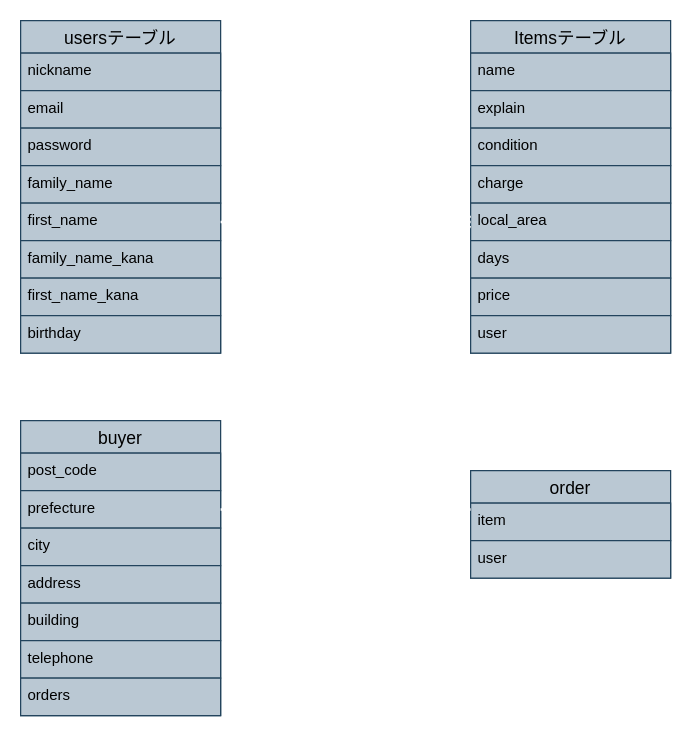
Earlier version of the draw.io diagram furima.dio (sorasora313/furima-37870). Source tidied: cells renumbered, new cells numbered last; positions are measured from the earlier drawing's top-left corner, leaving out a move shared by most shapes. Both pictures are drawn from the tidied source at 125%, with x=0, y=0 at pixel (20, 20).
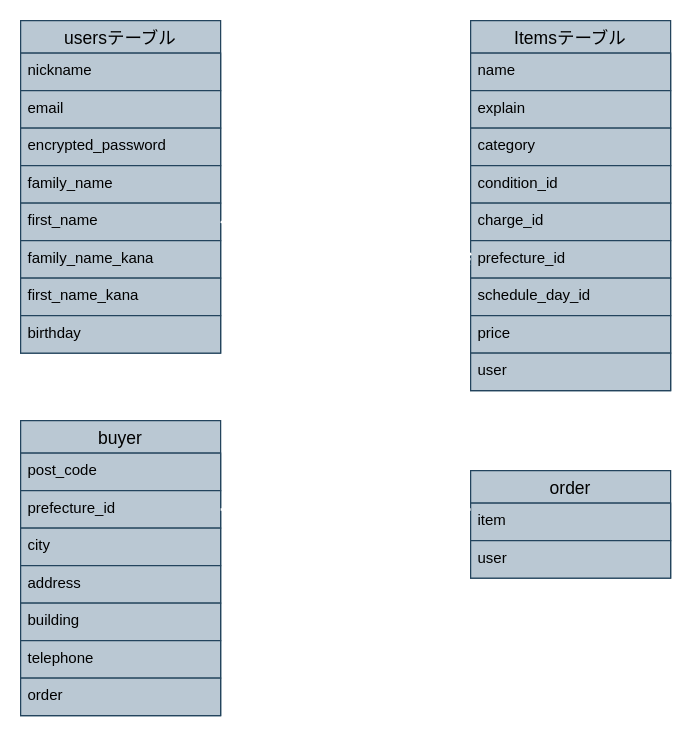
The same diagram, later.

Commit message (it also covers changes not shown here):
指摘点の修正1

The change refers to these unchanged cells:
```xml
<mxCell id="3" value="usersテーブル" style="swimlane;fontStyle=0;horizontal=1;startSize=26;align=center;fontSize=14;fillColor=#bac8d3;strokeColor=#23445d;fontColor=#000000;" parent="1" vertex="1">
  <mxGeometry width="160" height="266" as="geometry" />
</mxCell>
<mxCell id="22" value="buyer" style="swimlane;fontStyle=0;horizontal=1;startSize=26;align=center;fontSize=14;fillColor=#bac8d3;strokeColor=#23445d;fontColor=#000000;" parent="1" vertex="1">
  <mxGeometry y="320" width="160" height="236" as="geometry" />
</mxCell>
```

Diff of the diagram source:
```diff
@@
-    <mxCell id="6" value="password" style="text;spacingLeft=4;spacingRight=4;overflow=hidden;fontSize=12;fillColor=#bac8d3;strokeColor=#23445d;fontColor=#000000;" parent="3" vertex="1">
+    <mxCell id="6" value="encrypted_password" style="text;spacingLeft=4;spacingRight=4;overflow=hidden;fontSize=12;fillColor=#bac8d3;strokeColor=#23445d;fontColor=#000000;" parent="3" vertex="1">
       <mxGeometry y="86" width="160" height="30" as="geometry" />
     </mxCell>
@@
     <mxCell id="13" value="Itemsテーブル" style="swimlane;fontStyle=0;horizontal=1;startSize=26;align=center;fontSize=14;fillColor=#bac8d3;strokeColor=#23445d;fontColor=#000000;" parent="1" vertex="1">
-      <mxGeometry x="360" width="160" height="266" as="geometry" />
+      <mxGeometry x="360" width="160" height="296" as="geometry" />
     </mxCell>
@@
-    <mxCell id="16" value="condition" style="text;strokeColor=#23445d;fillColor=#bac8d3;spacingLeft=4;spacingRight=4;overflow=hidden;fontSize=12;fontColor=#000000;" parent="13" vertex="1">
+    <mxCell id="16" value="category" style="text;strokeColor=#23445d;fillColor=#bac8d3;spacingLeft=4;spacingRight=4;overflow=hidden;fontSize=12;fontColor=#000000;" parent="13" vertex="1">
       <mxGeometry y="86" width="160" height="30" as="geometry" />
     </mxCell>
+    <mxCell id="35" value="condition_id" style="text;strokeColor=#23445d;fillColor=#bac8d3;spacingLeft=4;spacingRight=4;overflow=hidden;fontSize=12;fontColor=#000000;" parent="13" vertex="1">
+      <mxGeometry y="116" width="160" height="30" as="geometry" />
+    </mxCell>
-    <mxCell id="17" value="charge" style="text;strokeColor=#23445d;fillColor=#bac8d3;spacingLeft=4;spacingRight=4;overflow=hidden;fontSize=12;fontColor=#000000;" parent="13" vertex="1">
-      <mxGeometry y="116" width="160" height="30" as="geometry" />
+    <mxCell id="17" value="charge_id" style="text;strokeColor=#23445d;fillColor=#bac8d3;spacingLeft=4;spacingRight=4;overflow=hidden;fontSize=12;fontColor=#000000;" parent="13" vertex="1">
+      <mxGeometry y="146" width="160" height="30" as="geometry" />
     </mxCell>
-    <mxCell id="18" value="local_area" style="text;strokeColor=#23445d;fillColor=#bac8d3;spacingLeft=4;spacingRight=4;overflow=hidden;points=[[0,0.5],[1,0.5]];portConstraint=eastwest;fontSize=12;fontColor=#000000;" parent="13" vertex="1">
-      <mxGeometry y="146" width="160" height="30" as="geometry" />
+    <mxCell id="18" value="prefecture_id" style="text;strokeColor=#23445d;fillColor=#bac8d3;spacingLeft=4;spacingRight=4;overflow=hidden;points=[[0,0.5],[1,0.5]];portConstraint=eastwest;fontSize=12;fontColor=#000000;" parent="13" vertex="1">
+      <mxGeometry y="176" width="160" height="30" as="geometry" />
     </mxCell>
-    <mxCell id="19" value="days" style="text;strokeColor=#23445d;fillColor=#bac8d3;spacingLeft=4;spacingRight=4;overflow=hidden;fontSize=12;fontColor=#000000;" parent="13" vertex="1">
-      <mxGeometry y="176" width="160" height="30" as="geometry" />
+    <mxCell id="19" value="schedule_day_id" style="text;strokeColor=#23445d;fillColor=#bac8d3;spacingLeft=4;spacingRight=4;overflow=hidden;fontSize=12;fontColor=#000000;" parent="13" vertex="1">
+      <mxGeometry y="206" width="160" height="30" as="geometry" />
     </mxCell>
     <mxCell id="20" value="price" style="text;strokeColor=#23445d;fillColor=#bac8d3;spacingLeft=4;spacingRight=4;overflow=hidden;fontSize=12;fontColor=#000000;" parent="13" vertex="1">
-      <mxGeometry y="206" width="160" height="30" as="geometry" />
+      <mxGeometry y="236" width="160" height="30" as="geometry" />
     </mxCell>
     <mxCell id="21" value="user" style="text;strokeColor=#23445d;fillColor=#bac8d3;spacingLeft=4;spacingRight=4;overflow=hidden;fontSize=12;fontColor=#000000;" parent="13" vertex="1">
-      <mxGeometry y="236" width="160" height="30" as="geometry" />
+      <mxGeometry y="266" width="160" height="30" as="geometry" />
     </mxCell>
@@
-    <mxCell id="24" value="prefecture" style="text;strokeColor=#23445d;fillColor=#bac8d3;spacingLeft=4;spacingRight=4;overflow=hidden;points=[[0,0.5],[1,0.5]];portConstraint=eastwest;fontSize=12;fontColor=#000000;" parent="22" vertex="1">
+    <mxCell id="24" value="prefecture_id" style="text;strokeColor=#23445d;fillColor=#bac8d3;spacingLeft=4;spacingRight=4;overflow=hidden;points=[[0,0.5],[1,0.5]];portConstraint=eastwest;fontSize=12;fontColor=#000000;" parent="22" vertex="1">
       <mxGeometry y="56" width="160" height="30" as="geometry" />
     </mxCell>
@@
-    <mxCell id="29" value="orders" style="text;strokeColor=#23445d;fillColor=#bac8d3;spacingLeft=4;spacingRight=4;overflow=hidden;fontSize=12;fontColor=#000000;" parent="22" vertex="1">
+    <mxCell id="29" value="order" style="text;strokeColor=#23445d;fillColor=#bac8d3;spacingLeft=4;spacingRight=4;overflow=hidden;fontSize=12;fontColor=#000000;" parent="22" vertex="1">
       <mxGeometry y="206" width="160" height="30" as="geometry" />
     </mxCell>
```
